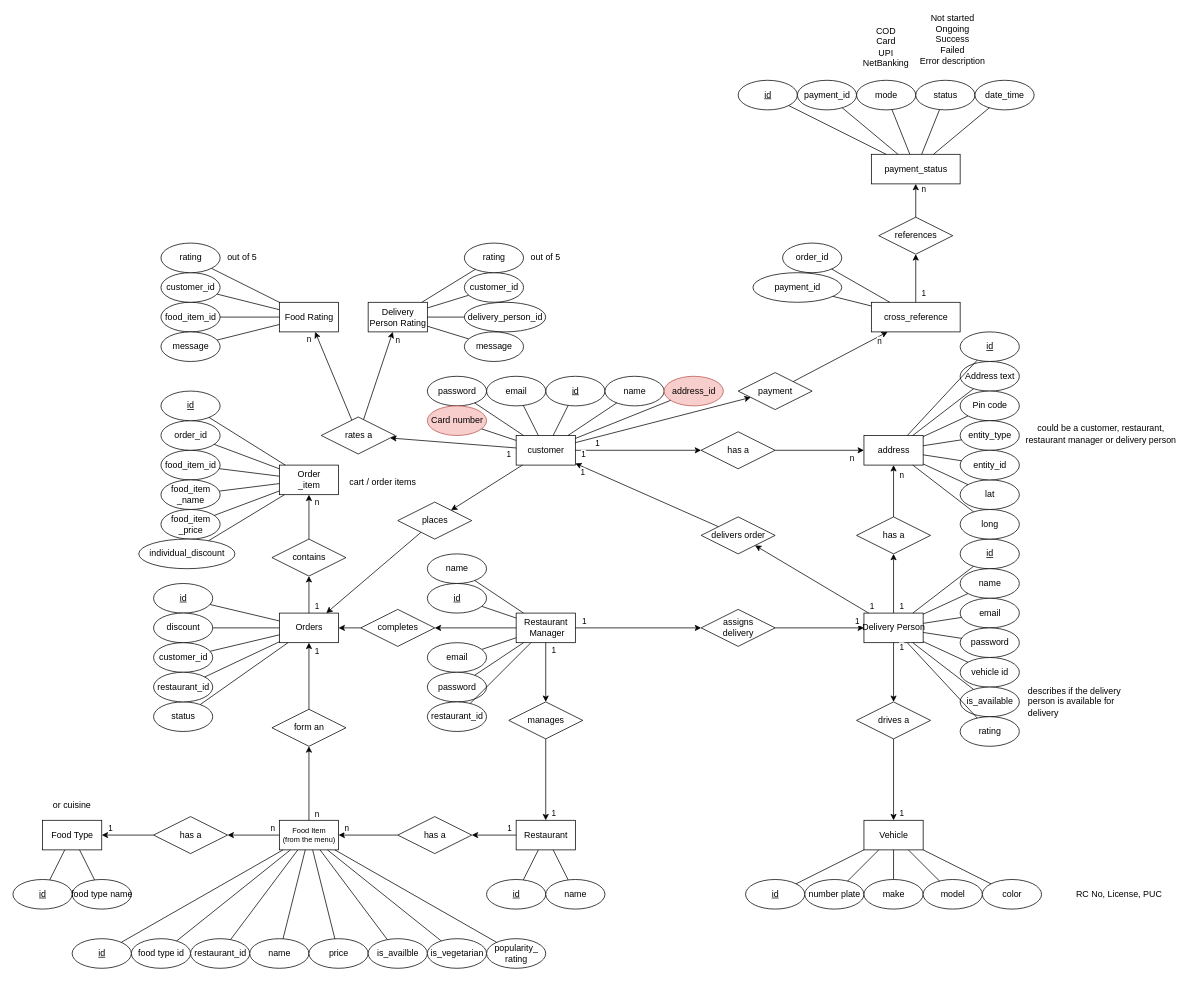
The draw.io diagram diagrams/ER/ER diagram.drawio in callofthewild/hunger-buzz, before the edit. Source tidied: cells renumbered, new cells numbered last; positions are measured from the earlier drawing's top-left corner, leaving out a move shared by most shapes. Both pictures are drawn from the tidied source at 74%, with x=0, y=0 at pixel (13, 13).
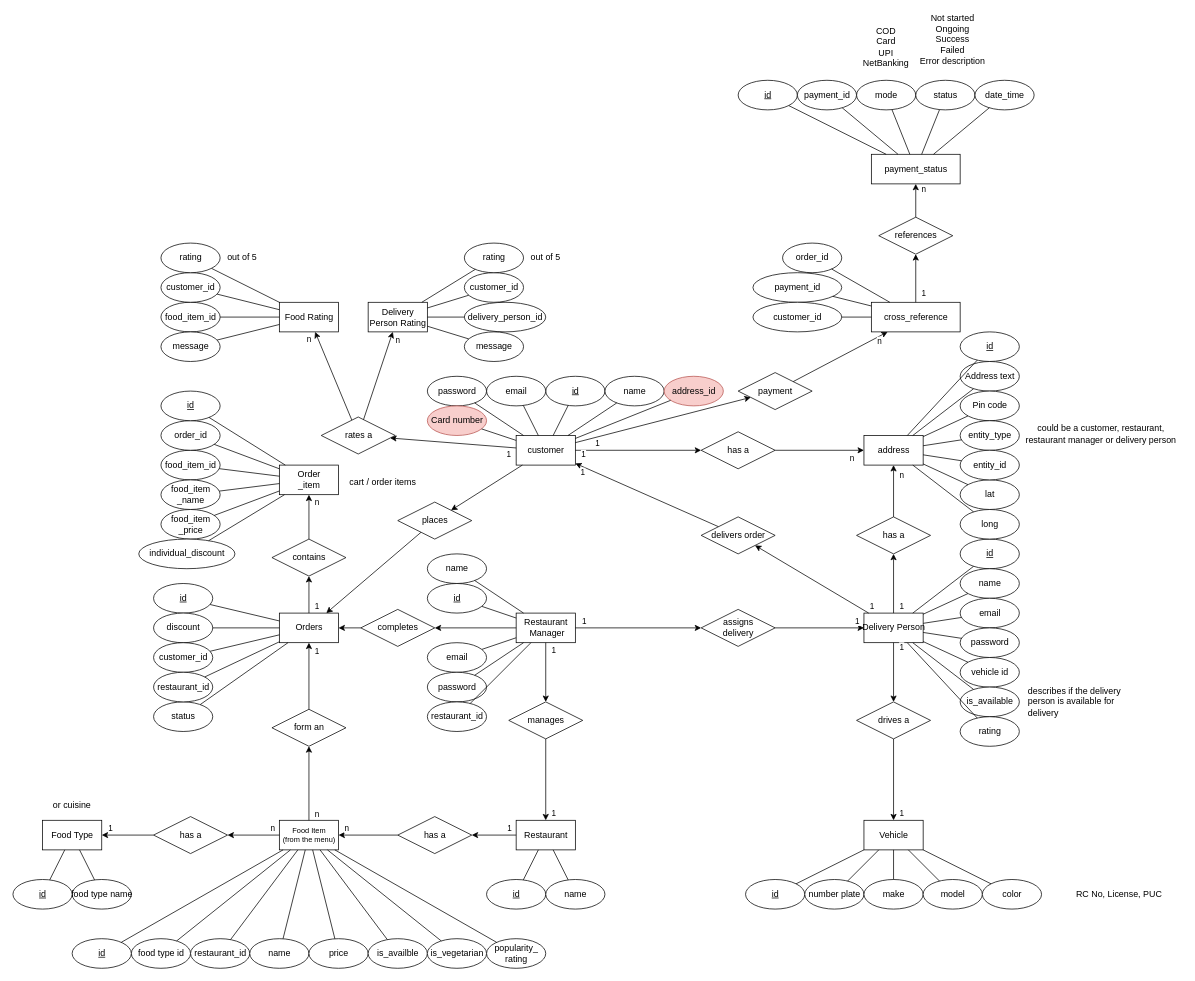
Above is the later version.

Commit message:
ad customer_id for payment

The change refers to these unchanged cells:
```xml
<mxCell id="191" value="cross_reference" style="rounded=0;html=1;" parent="1" vertex="1">
  <mxGeometry x="1160" y="390" width="120" height="40" as="geometry" />
</mxCell>
```

What changed in the source:
```diff
@@
+    <mxCell id="234" value="customer_id" style="ellipse;html=1;align=center;fontStyle=0;" parent="1" vertex="1">
+      <mxGeometry x="1000" y="390" width="120" height="40" as="geometry" />
+    </mxCell>
+    <mxCell id="235" style="endArrow=none;html=1;rounded=0;" parent="1" edge="1" source="234" target="191">
+      <mxGeometry relative="1" as="geometry" />
+    </mxCell>
```
